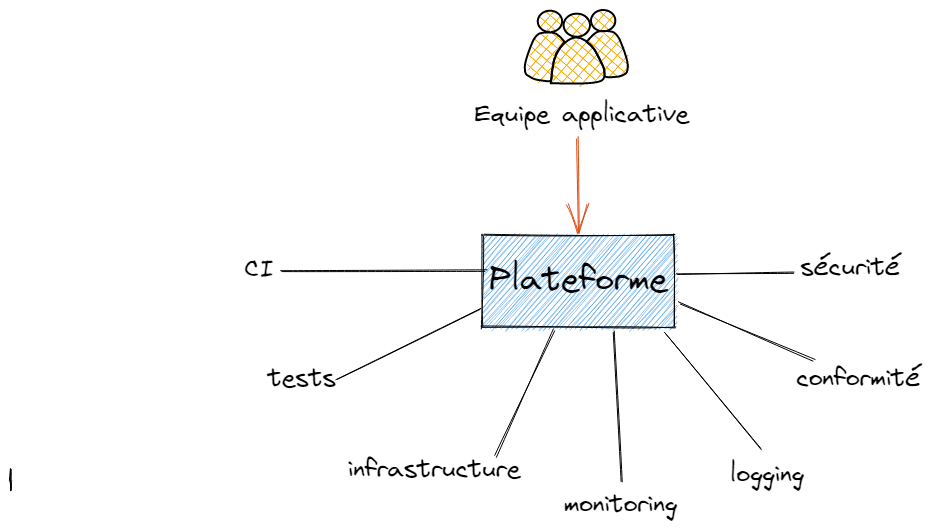
Above: snowcamp_2023/assets/devopsplatform.excalidraw.png in ojacques/presentations (Excalidraw), before the change. Source tidied: one line per element, renumbered; positions are measured from the earlier drawing's top-left corner, leaving out a move shared by most shapes.
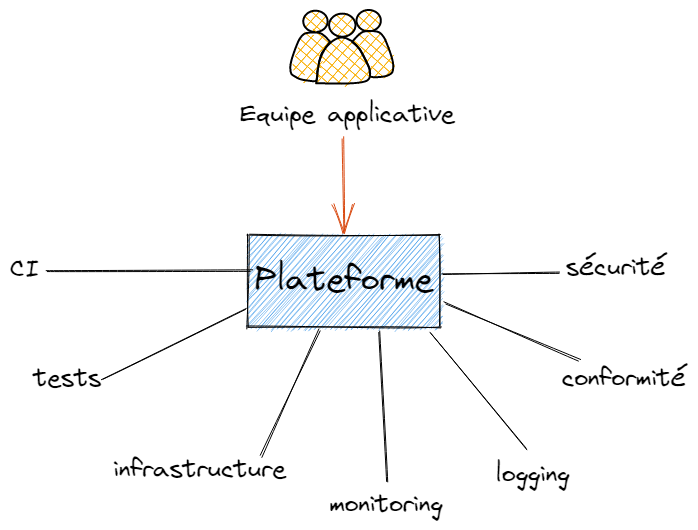
The same diagram one commit later.

The edit, as a diff of the source:
```diff
@@ -22,4 +22,3 @@
 {"id": 21, "type": "line", "strokeColor": "#000000", "backgroundColor": "#fab005", "fillStyle": "cross-hatch", "strokeWidth": 2, "roughness": 0, "x": 577, "y": 32, "width": 41, "height": 46, "points": [[0, 0], [6, -7], [12, -10], [21, -11], [27, -9], [32, -4], [35, 2], [38, 10], [40, 18], [41, 24], [40, 30], [36, 33], [31, 35], [23, 35], [18, 34], [18, 27], [16, 23], [12, 16], [7, 7], [0, 0]]}
 {"id": 22, "type": "line", "strokeColor": "#000000", "backgroundColor": "#fab005", "fillStyle": "cross-hatch", "strokeWidth": 2, "roughness": 0, "x": 555, "y": 32, "width": 40, "height": 48, "points": [[0, 0], [-5, -5], [-10, -9], [-20, -9], [-26, -8], [-30, -3], [-33, 3], [-36, 11], [-39, 19], [-40, 26], [-39, 32], [-35, 35], [-30, 37], [-22, 39], [-14, 39], [-13, 30], [-12, 26], [-10, 18], [-6, 8], [0, 0]]}
 {"id": 23, "type": "arrow", "strokeColor": "#d9480f", "strokeWidth": 1, "roughness": 1, "endArrowhead": "arrow", "from": 16, "to": 7, "x": 568, "y": 127, "width": 1, "height": 94, "points": [[0, 0], [1, 94]]}
-{"id": 24, "type": "diamond", "strokeColor": "#000000", "strokeWidth": 1, "roughness": 1, "x": 0, "y": 459, "width": 1, "height": 21}
```
